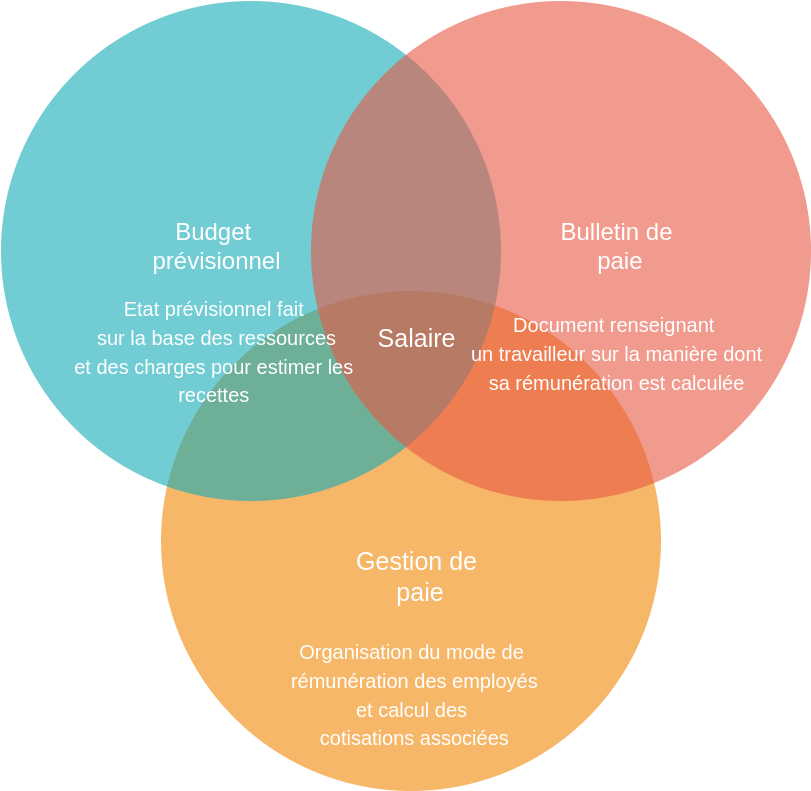
Earlier version of the draw.io export resources/diagrams/venn_concepts.drawio.png (Pericles001/oprs_payroll_system). Source tidied: cells renumbered, new cells last; positions are measured from the earlier drawing's top-left corner, leaving out a move shared by most shapes.
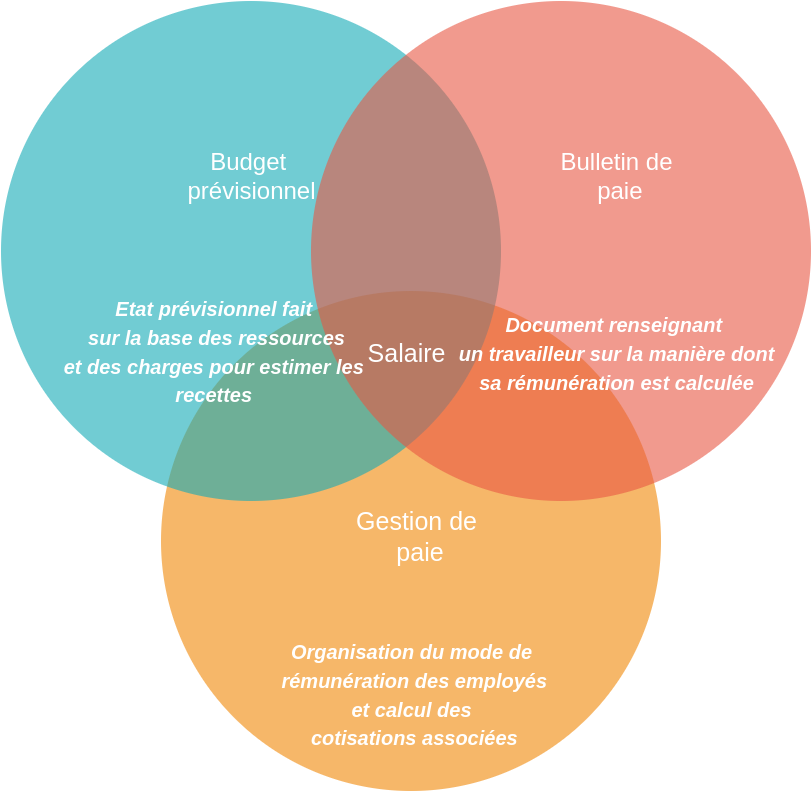
The same diagram one commit later.

Diff of the diagram source:
```diff
@@ -12,24 +12,24 @@
       <mxGeometry x="309.5" y="0.5" width="500" height="500" as="geometry" />
     </mxCell>
     <mxCell id="5" value="Budget &lt;br&gt;prévisionnel" style="text;fontSize=24;align=center;verticalAlign=middle;html=1;fontColor=#FFFFFF;" parent="1" vertex="1">
-      <mxGeometry x="119.5" y="210.5" width="190" height="70" as="geometry" />
+      <mxGeometry x="154.5" y="140.5" width="190" height="70" as="geometry" />
     </mxCell>
     <mxCell id="6" value="Bulletin de&lt;br&gt;&amp;nbsp;paie" style="text;fontSize=24;align=center;verticalAlign=middle;html=1;fontColor=#FFFFFF;" parent="1" vertex="1">
-      <mxGeometry x="519.5" y="210.5" width="190" height="70" as="geometry" />
+      <mxGeometry x="519.5" y="140.5" width="190" height="70" as="geometry" />
     </mxCell>
     <mxCell id="7" value="&lt;font style=&quot;font-size: 25px&quot;&gt;Gestion de&lt;br&gt;&amp;nbsp;paie&lt;/font&gt;" style="text;fontSize=24;align=center;verticalAlign=middle;html=1;fontColor=#FFFFFF;" parent="1" vertex="1">
-      <mxGeometry x="319.5" y="540.5" width="190" height="70" as="geometry" />
+      <mxGeometry x="319.5" y="500.5" width="190" height="70" as="geometry" />
     </mxCell>
     <mxCell id="8" value="&lt;font style=&quot;font-size: 25px&quot;&gt;Salaire&lt;/font&gt;" style="text;align=center;html=1;fontColor=#FFFFFF;fontSize=16;" parent="1" vertex="1">
-      <mxGeometry x="394.5" y="315.5" width="40" height="40" as="geometry" />
+      <mxGeometry x="385" y="330.5" width="40" height="40" as="geometry" />
     </mxCell>
-    <mxCell id="9" value="&lt;font style=&quot;font-size: 20px&quot;&gt;Organisation du mode de&lt;br&gt;&amp;nbsp;rémunération des employés&lt;br&gt;et&amp;nbsp;calcul des&lt;br&gt;&amp;nbsp;cotisations associées&lt;br&gt;&lt;/font&gt;" style="text;fontSize=24;align=center;verticalAlign=middle;html=1;fontColor=#FFFFFF;" parent="1" vertex="1">
+    <mxCell id="9" value="&lt;font style=&quot;font-size: 20px&quot;&gt;&lt;b&gt;&lt;i&gt;Organisation du mode de&lt;br&gt;&amp;nbsp;rémunération des employés&lt;br&gt;et&amp;nbsp;calcul des&lt;br&gt;&amp;nbsp;cotisations associées&lt;/i&gt;&lt;/b&gt;&lt;br&gt;&lt;/font&gt;" style="text;fontSize=24;align=center;verticalAlign=middle;html=1;fontColor=#FFFFFF;" parent="1" vertex="1">
       <mxGeometry x="314.2" y="642" width="190.5" height="104" as="geometry" />
     </mxCell>
-    <mxCell id="10" value="&lt;span style=&quot;font-size: 20px&quot;&gt;Etat prévisionnel fait&amp;nbsp;&lt;br&gt;sur la base des ressources&lt;br&gt;et des charges pour estimer les&amp;nbsp;&lt;br&gt;recettes&amp;nbsp;&lt;br&gt;&lt;/span&gt;" style="text;fontSize=24;align=center;verticalAlign=middle;html=1;fontColor=#FFFFFF;" parent="1" vertex="1">
+    <mxCell id="10" value="&lt;span style=&quot;font-size: 20px&quot;&gt;&lt;b&gt;&lt;i&gt;Etat prévisionnel fait&amp;nbsp;&lt;br&gt;sur la base des ressources&lt;br&gt;et des charges pour estimer les&amp;nbsp;&lt;br&gt;recettes&amp;nbsp;&lt;/i&gt;&lt;/b&gt;&lt;br&gt;&lt;/span&gt;" style="text;fontSize=24;align=center;verticalAlign=middle;html=1;fontColor=#FFFFFF;" parent="1" vertex="1">
       <mxGeometry x="119.5" y="315.5" width="190" height="70" as="geometry" />
     </mxCell>
-    <mxCell id="11" value="&lt;font style=&quot;font-size: 20px&quot;&gt;Document renseignant &lt;br&gt;un travailleur sur la manière dont&lt;br&gt;sa rémunération est calculée&lt;br&gt;&lt;br&gt;&lt;/font&gt;" style="text;fontSize=24;align=center;verticalAlign=middle;html=1;fontColor=#FFFFFF;" parent="1" vertex="1">
+    <mxCell id="11" value="&lt;font style=&quot;font-size: 20px&quot;&gt;&lt;b&gt;&lt;i&gt;Document renseignant &lt;br&gt;un travailleur sur la manière dont&lt;br&gt;sa rémunération est calculée&lt;br&gt;&lt;/i&gt;&lt;/b&gt;&lt;br&gt;&lt;/font&gt;" style="text;fontSize=24;align=center;verticalAlign=middle;html=1;fontColor=#FFFFFF;" parent="1" vertex="1">
       <mxGeometry x="519.5" y="332" width="190" height="70" as="geometry" />
     </mxCell>
   </root>
```
